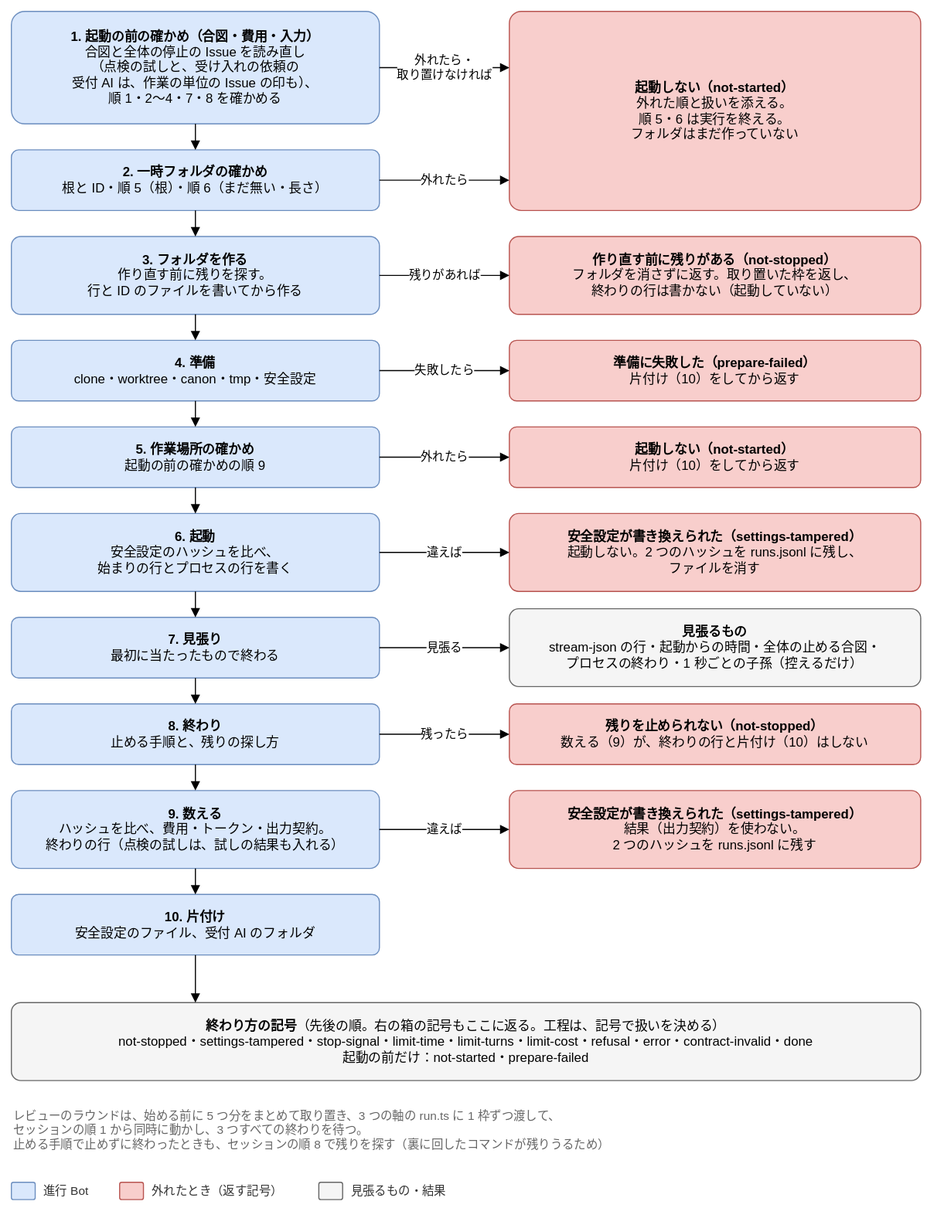
Earlier version of the draw.io export docs/design/detailed/diagrams/07-lifecycle.drawio.svg (Joymerrevent/dev-autopilot). Source tidied: cells renumbered, new cells last; positions are measured from the earlier drawing's top-left corner, leaving out a move shared by most shapes.
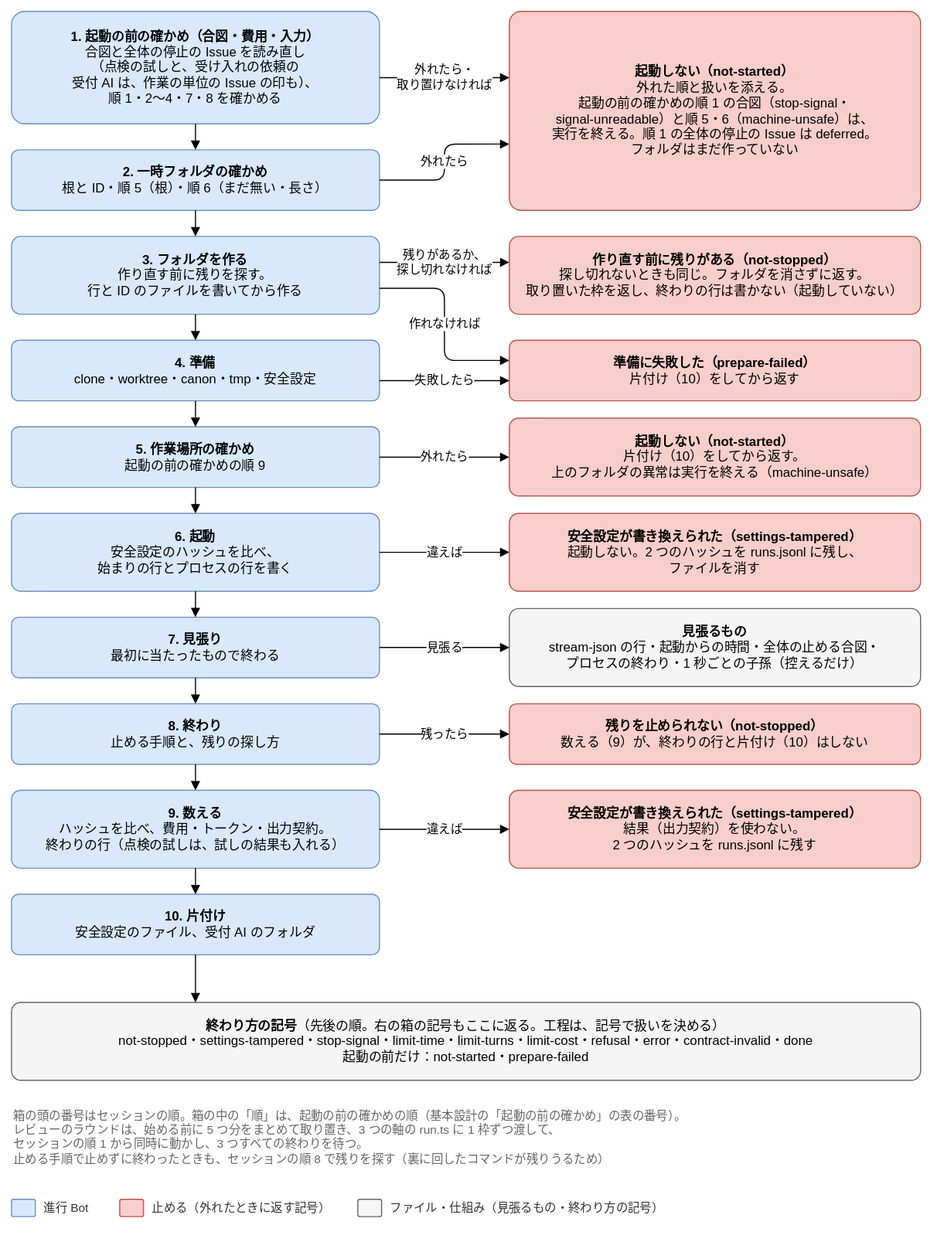
Above is the later version.

Commit message:
docs(design): 詳細設計の図 06-intake と 07-lifecycle で、受付 AI と実行を終える場合と線を描く

詳細設計のレビューの低の直し（最初のレビューの R6-9・R6-11、
1 回目の再レビューの R3-10・R4-5・R4-6・R4-7・R4-8）。

- 06-intake：Skill がジョブを起こす線を足し、受付 AI を緑の箱に分ける。q と note に、
  status.json の safety.botAccounts で進行 Bot の印のコメントを除くことを足す（R6-11・R4-8）
- 07-lifecycle：ns に順 1 の合図と順 5・6 で実行を終えること、ns5 に上のフォルダの異常、
  note に箱の番号と「順」の読み分けを足す（R3-10・R4-5）
- 07-lifecycle：s3 から prepare-failed への線と、探し切れないときの not-stopped を足し、
  ns の左の辺の 2 本を等間隔にし、凡例を色の決まりの言葉にする（R4-6・R4-7・R6-9）

Claude-Session: https://claude.ai/code/session_01LvmXQN14Y95msvojZ6hWNP

Diff of the diagram source:
```diff
@@ -59,29 +59,34 @@
     <mxCell id="20" style="edgeStyle=orthogonalEdgeStyle;rounded=1;html=1;endArrow=block;endFill=1;fontSize=11;labelBackgroundColor=#ffffff;exitX=0.5;exitY=1;exitDx=0;exitDy=0;entryX=0.5;entryY=0;entryDx=0;entryDy=0;" parent="1" edge="1" source="17" target="19">
       <mxGeometry relative="1" as="geometry" />
     </mxCell>
-    <mxCell id="21" value="&lt;b&gt;起動しない（not-started）&lt;/b&gt;&lt;br&gt;外れた順と扱いを添える。&lt;br&gt;順 5・6 は実行を終える。&lt;br&gt;フォルダはまだ作っていない" style="rounded=1;whiteSpace=wrap;html=1;fontSize=12;arcSize=12;spacing=12;fillColor=#f8cecc;strokeColor=#b85450;arcSize=6;" parent="1" vertex="1">
+    <mxCell id="21" value="&lt;b&gt;起動しない（not-started）&lt;/b&gt;&lt;br&gt;外れた順と扱いを添える。&lt;br&gt;起動の前の確かめの順 1 の合図（stop-signal・&lt;br&gt;signal-unreadable）と順 5・6（machine-unsafe）は、&lt;br&gt;実行を終える。順 1 の全体の停止の Issue は deferred。&lt;br&gt;フォルダはまだ作っていない" style="rounded=1;whiteSpace=wrap;html=1;fontSize=12;arcSize=12;spacing=12;fillColor=#f8cecc;strokeColor=#b85450;arcSize=6;" parent="1" vertex="1">
       <mxGeometry x="460" width="380" height="184" as="geometry" />
     </mxCell>
-    <mxCell id="22" value="外れたら・&lt;br&gt;取り置けなければ" style="edgeStyle=orthogonalEdgeStyle;rounded=1;html=1;endArrow=block;endFill=1;fontSize=11;labelBackgroundColor=#ffffff;exitX=1;exitY=0.5;exitDx=0;exitDy=0;entryX=0;entryY=0.2826086956521739;entryDx=0;entryDy=0;" parent="1" edge="1" source="2" target="21">
+    <mxCell id="22" value="外れたら・&lt;br&gt;取り置けなければ" style="edgeStyle=orthogonalEdgeStyle;rounded=1;html=1;endArrow=block;endFill=1;fontSize=11;labelBackgroundColor=#ffffff;exitX=1;exitY=0.5897435897435898;exitDx=0;exitDy=0;entryX=0;entryY=0.3333333333333333;entryDx=0;entryDy=0;" parent="1" edge="1" source="2" target="21">
       <mxGeometry relative="1" as="geometry" />
     </mxCell>
-    <mxCell id="23" value="外れたら" style="edgeStyle=orthogonalEdgeStyle;rounded=1;html=1;endArrow=block;endFill=1;fontSize=11;labelBackgroundColor=#ffffff;exitX=1;exitY=0.5;exitDx=0;exitDy=0;entryX=0;entryY=0.8478260869565217;entryDx=0;entryDy=0;" parent="1" edge="1" source="3" target="21">
-      <mxGeometry relative="1" as="geometry" />
+    <mxCell id="23" value="外れたら" style="edgeStyle=orthogonalEdgeStyle;rounded=1;html=1;endArrow=block;endFill=1;fontSize=11;labelBackgroundColor=#ffffff;exitX=1;exitY=0.5;exitDx=0;exitDy=0;entryX=0;entryY=0.6666666666666666;entryDx=0;entryDy=0;" parent="1" edge="1" source="3" target="21">
+      <mxGeometry relative="1" as="geometry">
+        <Array as="points">
+          <mxPoint x="400" y="156" />
+          <mxPoint x="400" y="122.7" />
+        </Array>
+      </mxGeometry>
     </mxCell>
-    <mxCell id="24" value="&lt;b&gt;作り直す前に残りがある（not-stopped）&lt;/b&gt;&lt;br&gt;フォルダを消さずに返す。取り置いた枠を返し、&lt;br&gt;終わりの行は書かない（起動していない）" style="rounded=1;whiteSpace=wrap;html=1;fontSize=12;arcSize=12;spacing=12;fillColor=#f8cecc;strokeColor=#b85450;" parent="1" vertex="1">
+    <mxCell id="24" value="&lt;b&gt;作り直す前に残りがある（not-stopped）&lt;/b&gt;&lt;br&gt;探し切れないときも同じ。フォルダを消さずに返す。&lt;br&gt;取り置いた枠を返し、終わりの行は書かない（起動していない）" style="rounded=1;whiteSpace=wrap;html=1;fontSize=12;arcSize=12;spacing=12;fillColor=#f8cecc;strokeColor=#b85450;" parent="1" vertex="1">
       <mxGeometry x="460" y="208" width="380" height="72" as="geometry" />
     </mxCell>
-    <mxCell id="25" value="残りがあれば" style="edgeStyle=orthogonalEdgeStyle;rounded=1;html=1;endArrow=block;endFill=1;fontSize=11;labelBackgroundColor=#ffffff;exitX=1;exitY=0.5;exitDx=0;exitDy=0;entryX=0;entryY=0.5;entryDx=0;entryDy=0;" parent="1" edge="1" source="5" target="24">
+    <mxCell id="25" value="残りがあるか、&lt;br&gt;探し切れなければ" style="edgeStyle=orthogonalEdgeStyle;rounded=1;html=1;endArrow=block;endFill=1;fontSize=11;labelBackgroundColor=#ffffff;exitX=1;exitY=0.3333333333333333;exitDx=0;exitDy=0;entryX=0;entryY=0.3333333333333333;entryDx=0;entryDy=0;" parent="1" edge="1" source="5" target="24">
       <mxGeometry relative="1" as="geometry" />
     </mxCell>
     <mxCell id="26" value="&lt;b&gt;準備に失敗した（prepare-failed）&lt;/b&gt;&lt;br&gt;片付け（10）をしてから返す" style="rounded=1;whiteSpace=wrap;html=1;fontSize=12;arcSize=12;spacing=12;fillColor=#f8cecc;strokeColor=#b85450;" parent="1" vertex="1">
       <mxGeometry x="460" y="304" width="380" height="56" as="geometry" />
     </mxCell>
-    <mxCell id="27" value="失敗したら" style="edgeStyle=orthogonalEdgeStyle;rounded=1;html=1;endArrow=block;endFill=1;fontSize=11;labelBackgroundColor=#ffffff;exitX=1;exitY=0.5;exitDx=0;exitDy=0;entryX=0;entryY=0.5;entryDx=0;entryDy=0;" parent="1" edge="1" source="7" target="26">
+    <mxCell id="27" value="失敗したら" style="edgeStyle=orthogonalEdgeStyle;rounded=1;html=1;endArrow=block;endFill=1;fontSize=11;labelBackgroundColor=#ffffff;exitX=1;exitY=0.6666666666666666;exitDx=0;exitDy=0;entryX=0;entryY=0.6666666666666666;entryDx=0;entryDy=0;" parent="1" edge="1" source="7" target="26">
       <mxGeometry relative="1" as="geometry" />
     </mxCell>
-    <mxCell id="28" value="&lt;b&gt;起動しない（not-started）&lt;/b&gt;&lt;br&gt;片付け（10）をしてから返す" style="rounded=1;whiteSpace=wrap;html=1;fontSize=12;arcSize=12;spacing=12;fillColor=#f8cecc;strokeColor=#b85450;" parent="1" vertex="1">
-      <mxGeometry x="460" y="384" width="380" height="56" as="geometry" />
+    <mxCell id="28" value="&lt;b&gt;起動しない（not-started）&lt;/b&gt;&lt;br&gt;片付け（10）をしてから返す。&lt;br&gt;上のフォルダの異常は実行を終える（machine-unsafe）" style="rounded=1;whiteSpace=wrap;html=1;fontSize=12;arcSize=12;spacing=12;fillColor=#f8cecc;strokeColor=#b85450;" parent="1" vertex="1">
+      <mxGeometry x="460" y="376" width="380" height="72" as="geometry" />
     </mxCell>
     <mxCell id="29" value="外れたら" style="edgeStyle=orthogonalEdgeStyle;rounded=1;html=1;endArrow=block;endFill=1;fontSize=11;labelBackgroundColor=#ffffff;exitX=1;exitY=0.5;exitDx=0;exitDy=0;entryX=0;entryY=0.5;entryDx=0;entryDy=0;" parent="1" edge="1" source="9" target="28">
       <mxGeometry relative="1" as="geometry" />
@@ -116,26 +121,34 @@
     <mxCell id="39" style="edgeStyle=orthogonalEdgeStyle;rounded=1;html=1;endArrow=block;endFill=1;fontSize=11;labelBackgroundColor=#ffffff;exitX=0.5;exitY=1;exitDx=0;exitDy=0;entryX=0.20238095238095238;entryY=0;entryDx=0;entryDy=0;" parent="1" edge="1" source="19" target="38">
       <mxGeometry relative="1" as="geometry" />
     </mxCell>
-    <mxCell id="40" value="レビューのラウンドは、始める前に 5 つ分をまとめて取り置き、3 つの軸の run.ts に 1 枠ずつ渡して、&lt;br&gt;セッションの順 1 から同時に動かし、3 つすべての終わりを待つ。&lt;br&gt;止める手順で止めずに終わったときも、セッションの順 8 で残りを探す（裏に回したコマンドが残りうるため）" style="text;html=1;whiteSpace=wrap;align=left;verticalAlign=top;fontSize=11;fontColor=#666666;" parent="1" vertex="1">
-      <mxGeometry y="1008" width="840" height="56" as="geometry" />
+    <mxCell id="40" value="箱の頭の番号はセッションの順。箱の中の「順」は、起動の前の確かめの順（基本設計の「起動の前の確かめ」の表の番号）。&lt;br&gt;レビューのラウンドは、始める前に 5 つ分をまとめて取り置き、3 つの軸の run.ts に 1 枠ずつ渡して、&lt;br&gt;セッションの順 1 から同時に動かし、3 つすべての終わりを待つ。&lt;br&gt;止める手順で止めずに終わったときも、セッションの順 8 で残りを探す（裏に回したコマンドが残りうるため）" style="text;html=1;whiteSpace=wrap;align=left;verticalAlign=top;fontSize=11;fontColor=#666666;" parent="1" vertex="1">
+      <mxGeometry y="1008" width="840" height="72" as="geometry" />
     </mxCell>
     <mxCell id="41" style="rounded=1;whiteSpace=wrap;html=1;fontSize=12;arcSize=12;spacing=12;fillColor=#dae8fc;strokeColor=#6c8ebf;" parent="1" vertex="1">
-      <mxGeometry y="1082" width="22" height="16" as="geometry" />
+      <mxGeometry y="1098" width="22" height="16" as="geometry" />
     </mxCell>
     <mxCell id="42" value="進行 Bot" style="text;html=1;align=left;verticalAlign=middle;fontSize=11;fontColor=#333333;" parent="1" vertex="1">
-      <mxGeometry x="28" y="1080" width="56" height="20" as="geometry" />
+      <mxGeometry x="28" y="1096" width="56" height="20" as="geometry" />
     </mxCell>
     <mxCell id="43" style="rounded=1;whiteSpace=wrap;html=1;fontSize=12;arcSize=12;spacing=12;fillColor=#f8cecc;strokeColor=#b85450;" parent="1" vertex="1">
-      <mxGeometry x="100" y="1082" width="22" height="16" as="geometry" />
+      <mxGeometry x="100" y="1098" width="22" height="16" as="geometry" />
     </mxCell>
-    <mxCell id="44" value="外れたとき（返す記号）" style="text;html=1;align=left;verticalAlign=middle;fontSize=11;fontColor=#333333;" parent="1" vertex="1">
-      <mxGeometry x="128" y="1080" width="140" height="20" as="geometry" />
+    <mxCell id="44" value="止める（外れたときに返す記号）" style="text;html=1;align=left;verticalAlign=middle;fontSize=11;fontColor=#333333;" parent="1" vertex="1">
+      <mxGeometry x="128" y="1096" width="176" height="20" as="geometry" />
     </mxCell>
     <mxCell id="45" style="rounded=1;whiteSpace=wrap;html=1;fontSize=12;arcSize=12;spacing=12;fillColor=#f5f5f5;strokeColor=#666666;" parent="1" vertex="1">
-      <mxGeometry x="284" y="1082" width="22" height="16" as="geometry" />
+      <mxGeometry x="320" y="1098" width="22" height="16" as="geometry" />
     </mxCell>
-    <mxCell id="46" value="見張るもの・結果" style="text;html=1;align=left;verticalAlign=middle;fontSize=11;fontColor=#333333;" parent="1" vertex="1">
-      <mxGeometry x="312" y="1080" width="100" height="20" as="geometry" />
+    <mxCell id="46" value="ファイル・仕組み（見張るもの・終わり方の記号）" style="text;html=1;align=left;verticalAlign=middle;fontSize=11;fontColor=#333333;" parent="1" vertex="1">
+      <mxGeometry x="348" y="1096" width="260" height="20" as="geometry" />
     </mxCell>
+    <mxCell id="47" value="作れなければ" style="edgeStyle=orthogonalEdgeStyle;rounded=1;html=1;endArrow=block;endFill=1;fontSize=11;labelBackgroundColor=#ffffff;exitX=1;exitY=0.6666666666666666;exitDx=0;exitDy=0;entryX=0;entryY=0.3333333333333333;entryDx=0;entryDy=0;" parent="1" edge="1" source="5" target="26">
+      <mxGeometry relative="1" as="geometry">
+        <Array as="points">
+          <mxPoint x="400" y="256" />
+          <mxPoint x="400" y="322.7" />
+        </Array>
+      </mxGeometry>
+    </mxCell>
   </root>
 </mxGraphModel>
```
